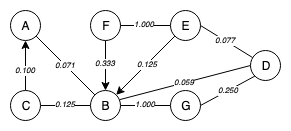
Before: assets/painotettu-verkko-jalkeen.png, a diagram exported from draw.io (jukkapajarinen/TUNIMasterThesis). Source tidied: cells renumbered, new cells last; positions are measured from the earlier drawing's top-left corner, leaving out a move shared by most shapes. The source it was exported from:
```xml
<mxGraphModel>
  <root>
    <mxCell id="0" />
    <mxCell id="1" parent="0" />
    <mxCell id="2" style="rounded=0;jettySize=auto;html=1;endArrow=none;endFill=0;entryX=0;entryY=0;entryDx=0;entryDy=0;" parent="1" edge="1" source="4" target="11">
      <mxGeometry relative="1" as="geometry" />
    </mxCell>
    <mxCell id="3" value="0.071" style="text;html=1;align=center;verticalAlign=middle;labelBackgroundColor=#ffffff;fontStyle=2;fontSize=8;" parent="2" vertex="1">
      <mxGeometry x="0.01" relative="1" as="geometry" />
    </mxCell>
    <mxCell id="4" value="A" style="ellipse;whiteSpace=wrap;html=1;" parent="1" vertex="1">
      <mxGeometry width="30" height="30" as="geometry" />
    </mxCell>
    <mxCell id="5" style="rounded=0;jettySize=auto;html=1;entryX=0;entryY=0.5;entryDx=0;entryDy=0;endArrow=none;endFill=0;exitX=0.963;exitY=0.307;exitDx=0;exitDy=0;exitPerimeter=0;" parent="1" edge="1" source="11" target="14">
      <mxGeometry relative="1" as="geometry" />
    </mxCell>
    <mxCell id="6" value="0.059" style="text;html=1;align=center;verticalAlign=middle;labelBackgroundColor=#ffffff;fontStyle=2;fontSize=8;" parent="5" vertex="1">
      <mxGeometry x="-0.03" relative="1" as="geometry">
        <mxPoint x="1" y="-1" as="offset" />
      </mxGeometry>
    </mxCell>
    <mxCell id="7" style="rounded=0;jettySize=auto;html=1;entryX=0;entryY=0.5;entryDx=0;entryDy=0;endArrow=none;endFill=0;" parent="1" edge="1" source="11" target="17">
      <mxGeometry relative="1" as="geometry" />
    </mxCell>
    <mxCell id="8" value="1.000" style="text;html=1;align=center;verticalAlign=middle;labelBackgroundColor=#ffffff;fontStyle=2;fontSize=8;" parent="7" vertex="1">
      <mxGeometry x="-0.05" relative="1" as="geometry">
        <mxPoint x="1" y="-1" as="offset" />
      </mxGeometry>
    </mxCell>
    <mxCell id="9" style="rounded=0;jettySize=auto;html=1;entryX=1;entryY=0.5;entryDx=0;entryDy=0;endArrow=none;endFill=0;exitX=0;exitY=0.5;exitDx=0;exitDy=0;" parent="1" edge="1" source="11" target="20">
      <mxGeometry relative="1" as="geometry" />
    </mxCell>
    <mxCell id="10" value="0.125" style="text;html=1;align=center;verticalAlign=middle;labelBackgroundColor=#ffffff;fontStyle=2;fontSize=8;" parent="9" vertex="1">
      <mxGeometry x="0.41" relative="1" as="geometry">
        <mxPoint x="10.5" y="-1" as="offset" />
      </mxGeometry>
    </mxCell>
    <mxCell id="11" value="B" style="ellipse;whiteSpace=wrap;html=1;" parent="1" vertex="1">
      <mxGeometry x="80" y="80" width="30" height="30" as="geometry" />
    </mxCell>
    <mxCell id="12" style="rounded=0;jettySize=auto;html=1;entryX=1;entryY=0.5;entryDx=0;entryDy=0;endArrow=none;endFill=0;" parent="1" edge="1" source="14" target="28">
      <mxGeometry relative="1" as="geometry" />
    </mxCell>
    <mxCell id="13" value="0.077" style="text;html=1;align=center;verticalAlign=middle;labelBackgroundColor=#ffffff;fontStyle=2;fontSize=8;" parent="12" vertex="1">
      <mxGeometry x="-0.04" relative="1" as="geometry">
        <mxPoint x="-2" y="-2" as="offset" />
      </mxGeometry>
    </mxCell>
    <mxCell id="14" value="D" style="ellipse;whiteSpace=wrap;html=1;" parent="1" vertex="1">
      <mxGeometry x="240" y="40" width="30" height="30" as="geometry" />
    </mxCell>
    <mxCell id="15" style="rounded=0;jettySize=auto;html=1;entryX=0;entryY=1;entryDx=0;entryDy=0;endArrow=none;endFill=0;exitX=1;exitY=0.5;exitDx=0;exitDy=0;" parent="1" edge="1" source="17" target="14">
      <mxGeometry relative="1" as="geometry" />
    </mxCell>
    <mxCell id="16" value="0.250" style="text;html=1;align=center;verticalAlign=middle;labelBackgroundColor=#ffffff;fontStyle=2;fontSize=8;" parent="15" vertex="1">
      <mxGeometry x="-0.07" relative="1" as="geometry">
        <mxPoint x="2" y="-1" as="offset" />
      </mxGeometry>
    </mxCell>
    <mxCell id="17" value="G" style="ellipse;whiteSpace=wrap;html=1;" parent="1" vertex="1">
      <mxGeometry x="160" y="80" width="30" height="30" as="geometry" />
    </mxCell>
    <mxCell id="18" style="edgeStyle=none;rounded=0;jettySize=auto;html=1;entryX=0.5;entryY=1;entryDx=0;entryDy=0;startArrow=none;startFill=0;endArrow=classic;endFill=1;" parent="1" edge="1" source="20" target="4">
      <mxGeometry relative="1" as="geometry" />
    </mxCell>
    <mxCell id="19" value="0.100" style="text;html=1;align=center;verticalAlign=middle;labelBackgroundColor=#ffffff;fontSize=8;fontStyle=2;" parent="18" vertex="1">
      <mxGeometry x="-0.13" relative="1" as="geometry">
        <mxPoint y="1.5" as="offset" />
      </mxGeometry>
    </mxCell>
    <mxCell id="20" value="C" style="ellipse;whiteSpace=wrap;html=1;" parent="1" vertex="1">
      <mxGeometry y="80" width="30" height="30" as="geometry" />
    </mxCell>
    <mxCell id="21" style="rounded=0;jettySize=auto;html=1;entryX=0.5;entryY=0;entryDx=0;entryDy=0;endArrow=classic;endFill=1;startArrow=none;startFill=0;" parent="1" edge="1" source="23" target="11">
      <mxGeometry relative="1" as="geometry" />
    </mxCell>
    <mxCell id="22" value="0.333" style="text;html=1;align=center;verticalAlign=middle;labelBackgroundColor=#ffffff;fontStyle=2;fontSize=8;" parent="21" vertex="1">
      <mxGeometry x="-0.1" relative="1" as="geometry" />
    </mxCell>
    <mxCell id="23" value="F" style="ellipse;whiteSpace=wrap;html=1;" parent="1" vertex="1">
      <mxGeometry x="80" width="30" height="30" as="geometry" />
    </mxCell>
    <mxCell id="24" style="rounded=0;jettySize=auto;html=1;entryX=1;entryY=0.5;entryDx=0;entryDy=0;endArrow=none;endFill=0;exitX=0;exitY=0.5;exitDx=0;exitDy=0;" parent="1" edge="1" source="28" target="23">
      <mxGeometry relative="1" as="geometry" />
    </mxCell>
    <mxCell id="25" value="1.000" style="text;html=1;align=center;verticalAlign=middle;labelBackgroundColor=#ffffff;fontStyle=2;fontSize=8;" parent="24" vertex="1">
      <mxGeometry y="-1" relative="1" as="geometry">
        <mxPoint x="-1" as="offset" />
      </mxGeometry>
    </mxCell>
    <mxCell id="26" style="rounded=0;jettySize=auto;html=1;entryX=1;entryY=0;entryDx=0;entryDy=0;endArrow=classic;endFill=1;exitX=0;exitY=1;exitDx=0;exitDy=0;" parent="1" edge="1" source="28" target="11">
      <mxGeometry relative="1" as="geometry" />
    </mxCell>
    <mxCell id="27" value="0.125" style="text;html=1;align=center;verticalAlign=middle;labelBackgroundColor=#ffffff;fontStyle=2;fontSize=8;" parent="26" vertex="1">
      <mxGeometry x="-0.05" relative="1" as="geometry" />
    </mxCell>
    <mxCell id="28" value="E" style="ellipse;whiteSpace=wrap;html=1;" parent="1" vertex="1">
      <mxGeometry x="160" width="30" height="30" as="geometry" />
    </mxCell>
  </root>
</mxGraphModel>
```
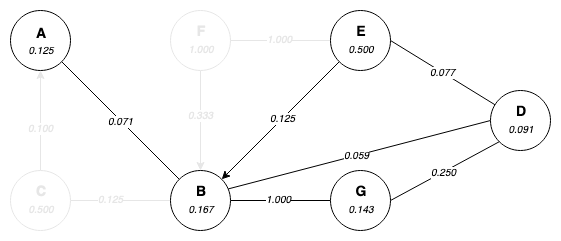
Above is the later version.

Commit message:
Added weighted graph figure after cutting and refined cutting mathematics.

What changed in the source:
```diff
@@ -5,16 +5,16 @@
     <mxCell id="2" style="rounded=0;jettySize=auto;html=1;endArrow=none;endFill=0;entryX=0;entryY=0;entryDx=0;entryDy=0;" parent="1" edge="1" source="4" target="11">
       <mxGeometry relative="1" as="geometry" />
     </mxCell>
-    <mxCell id="3" value="0.071" style="text;html=1;align=center;verticalAlign=middle;labelBackgroundColor=#ffffff;fontStyle=2;fontSize=8;" parent="2" vertex="1">
+    <mxCell id="3" value="&lt;font style=&quot;font-size: 10px&quot;&gt;0.071&lt;/font&gt;" style="text;html=1;align=center;verticalAlign=middle;labelBackgroundColor=#ffffff;fontStyle=2;fontSize=8;" parent="2" vertex="1">
       <mxGeometry x="0.01" relative="1" as="geometry" />
     </mxCell>
-    <mxCell id="4" value="A" style="ellipse;whiteSpace=wrap;html=1;" parent="1" vertex="1">
-      <mxGeometry width="30" height="30" as="geometry" />
+    <mxCell id="4" value="&lt;div&gt;&lt;b style=&quot;font-size: 14px&quot;&gt;A&lt;/b&gt;&lt;/div&gt;&lt;font style=&quot;font-size: 10px&quot;&gt;&lt;i&gt;0.125&lt;/i&gt;&lt;/font&gt;" style="ellipse;whiteSpace=wrap;html=1;" parent="1" vertex="1">
+      <mxGeometry x="10" y="10" width="60" height="60" as="geometry" />
     </mxCell>
     <mxCell id="5" style="rounded=0;jettySize=auto;html=1;entryX=0;entryY=0.5;entryDx=0;entryDy=0;endArrow=none;endFill=0;exitX=0.963;exitY=0.307;exitDx=0;exitDy=0;exitPerimeter=0;" parent="1" edge="1" source="11" target="14">
       <mxGeometry relative="1" as="geometry" />
     </mxCell>
-    <mxCell id="6" value="0.059" style="text;html=1;align=center;verticalAlign=middle;labelBackgroundColor=#ffffff;fontStyle=2;fontSize=8;" parent="5" vertex="1">
+    <mxCell id="6" value="0.059" style="text;html=1;align=center;verticalAlign=middle;labelBackgroundColor=#ffffff;fontStyle=2;fontSize=10;" parent="5" vertex="1">
       <mxGeometry x="-0.03" relative="1" as="geometry">
         <mxPoint x="1" y="-1" as="offset" />
       </mxGeometry>
@@ -22,68 +22,68 @@
     <mxCell id="7" style="rounded=0;jettySize=auto;html=1;entryX=0;entryY=0.5;entryDx=0;entryDy=0;endArrow=none;endFill=0;" parent="1" edge="1" source="11" target="17">
       <mxGeometry relative="1" as="geometry" />
     </mxCell>
-    <mxCell id="8" value="1.000" style="text;html=1;align=center;verticalAlign=middle;labelBackgroundColor=#ffffff;fontStyle=2;fontSize=8;" parent="7" vertex="1">
+    <mxCell id="8" value="1.000" style="text;html=1;align=center;verticalAlign=middle;labelBackgroundColor=#ffffff;fontStyle=2;fontSize=10;" parent="7" vertex="1">
       <mxGeometry x="-0.05" relative="1" as="geometry">
         <mxPoint x="1" y="-1" as="offset" />
       </mxGeometry>
     </mxCell>
-    <mxCell id="9" style="rounded=0;jettySize=auto;html=1;entryX=1;entryY=0.5;entryDx=0;entryDy=0;endArrow=none;endFill=0;exitX=0;exitY=0.5;exitDx=0;exitDy=0;" parent="1" edge="1" source="11" target="20">
+    <mxCell id="9" style="rounded=0;jettySize=auto;html=1;entryX=1;entryY=0.5;entryDx=0;entryDy=0;endArrow=none;endFill=0;exitX=0;exitY=0.5;exitDx=0;exitDy=0;fontColor=#E6E6E6;strokeColor=#E6E6E6;" parent="1" edge="1" source="11" target="20">
       <mxGeometry relative="1" as="geometry" />
     </mxCell>
-    <mxCell id="10" value="0.125" style="text;html=1;align=center;verticalAlign=middle;labelBackgroundColor=#ffffff;fontStyle=2;fontSize=8;" parent="9" vertex="1">
+    <mxCell id="10" value="0.125" style="text;html=1;align=center;verticalAlign=middle;labelBackgroundColor=#ffffff;fontStyle=2;fontSize=10;fontColor=#E6E6E6;" parent="9" vertex="1">
       <mxGeometry x="0.41" relative="1" as="geometry">
         <mxPoint x="10.5" y="-1" as="offset" />
       </mxGeometry>
     </mxCell>
-    <mxCell id="11" value="B" style="ellipse;whiteSpace=wrap;html=1;" parent="1" vertex="1">
-      <mxGeometry x="80" y="80" width="30" height="30" as="geometry" />
+    <mxCell id="11" value="&lt;b style=&quot;font-size: 14px&quot;&gt;B&lt;/b&gt;&lt;br style=&quot;font-size: 14px&quot;&gt;&lt;font style=&quot;font-size: 10px&quot;&gt;&lt;i&gt;0.167&lt;/i&gt;&lt;/font&gt;" style="ellipse;whiteSpace=wrap;html=1;fontSize=14;" parent="1" vertex="1">
+      <mxGeometry x="170" y="170" width="60" height="60" as="geometry" />
     </mxCell>
     <mxCell id="12" style="rounded=0;jettySize=auto;html=1;entryX=1;entryY=0.5;entryDx=0;entryDy=0;endArrow=none;endFill=0;" parent="1" edge="1" source="14" target="28">
       <mxGeometry relative="1" as="geometry" />
     </mxCell>
-    <mxCell id="13" value="0.077" style="text;html=1;align=center;verticalAlign=middle;labelBackgroundColor=#ffffff;fontStyle=2;fontSize=8;" parent="12" vertex="1">
+    <mxCell id="13" value="0.077" style="text;html=1;align=center;verticalAlign=middle;labelBackgroundColor=#ffffff;fontStyle=2;fontSize=10;" parent="12" vertex="1">
       <mxGeometry x="-0.04" relative="1" as="geometry">
         <mxPoint x="-2" y="-2" as="offset" />
       </mxGeometry>
     </mxCell>
-    <mxCell id="14" value="D" style="ellipse;whiteSpace=wrap;html=1;" parent="1" vertex="1">
-      <mxGeometry x="240" y="40" width="30" height="30" as="geometry" />
+    <mxCell id="14" value="&lt;b style=&quot;font-size: 14px&quot;&gt;D&lt;/b&gt;&lt;br style=&quot;font-size: 14px&quot;&gt;&lt;font style=&quot;font-size: 10px&quot;&gt;&lt;i&gt;0.091&lt;/i&gt;&lt;/font&gt;" style="ellipse;whiteSpace=wrap;html=1;fontSize=14;" parent="1" vertex="1">
+      <mxGeometry x="490" y="90" width="60" height="60" as="geometry" />
     </mxCell>
     <mxCell id="15" style="rounded=0;jettySize=auto;html=1;entryX=0;entryY=1;entryDx=0;entryDy=0;endArrow=none;endFill=0;exitX=1;exitY=0.5;exitDx=0;exitDy=0;" parent="1" edge="1" source="17" target="14">
       <mxGeometry relative="1" as="geometry" />
     </mxCell>
-    <mxCell id="16" value="0.250" style="text;html=1;align=center;verticalAlign=middle;labelBackgroundColor=#ffffff;fontStyle=2;fontSize=8;" parent="15" vertex="1">
+    <mxCell id="16" value="0.250" style="text;html=1;align=center;verticalAlign=middle;labelBackgroundColor=#ffffff;fontStyle=2;fontSize=10;" parent="15" vertex="1">
       <mxGeometry x="-0.07" relative="1" as="geometry">
         <mxPoint x="2" y="-1" as="offset" />
       </mxGeometry>
     </mxCell>
-    <mxCell id="17" value="G" style="ellipse;whiteSpace=wrap;html=1;" parent="1" vertex="1">
-      <mxGeometry x="160" y="80" width="30" height="30" as="geometry" />
+    <mxCell id="17" value="&lt;b style=&quot;font-size: 14px&quot;&gt;G&lt;/b&gt;&lt;br style=&quot;font-size: 14px&quot;&gt;&lt;font style=&quot;font-size: 10px&quot;&gt;&lt;i&gt;0.143&lt;/i&gt;&lt;/font&gt;" style="ellipse;whiteSpace=wrap;html=1;fontSize=14;" parent="1" vertex="1">
+      <mxGeometry x="330" y="170" width="60" height="60" as="geometry" />
     </mxCell>
-    <mxCell id="18" style="edgeStyle=none;rounded=0;jettySize=auto;html=1;entryX=0.5;entryY=1;entryDx=0;entryDy=0;startArrow=none;startFill=0;endArrow=classic;endFill=1;" parent="1" edge="1" source="20" target="4">
+    <mxCell id="18" style="edgeStyle=none;rounded=0;jettySize=auto;html=1;entryX=0.5;entryY=1;entryDx=0;entryDy=0;startArrow=none;startFill=0;endArrow=classic;endFill=1;fontColor=#E6E6E6;strokeColor=#E6E6E6;" parent="1" edge="1" source="20" target="4">
       <mxGeometry relative="1" as="geometry" />
     </mxCell>
-    <mxCell id="19" value="0.100" style="text;html=1;align=center;verticalAlign=middle;labelBackgroundColor=#ffffff;fontSize=8;fontStyle=2;" parent="18" vertex="1">
+    <mxCell id="19" value="&lt;font style=&quot;font-size: 10px&quot;&gt;0.100&lt;/font&gt;" style="text;html=1;align=center;verticalAlign=middle;labelBackgroundColor=#ffffff;fontSize=8;fontStyle=2;fontColor=#E6E6E6;" parent="18" vertex="1">
       <mxGeometry x="-0.13" relative="1" as="geometry">
         <mxPoint y="1.5" as="offset" />
       </mxGeometry>
     </mxCell>
-    <mxCell id="20" value="C" style="ellipse;whiteSpace=wrap;html=1;" parent="1" vertex="1">
-      <mxGeometry y="80" width="30" height="30" as="geometry" />
+    <mxCell id="20" value="&lt;b style=&quot;font-size: 14px&quot;&gt;C&lt;/b&gt;&lt;br style=&quot;font-size: 14px&quot;&gt;&lt;font style=&quot;font-size: 10px&quot;&gt;&lt;i&gt;0.500&lt;/i&gt;&lt;/font&gt;" style="ellipse;whiteSpace=wrap;html=1;fontSize=14;strokeColor=#E6E6E6;fontColor=#E6E6E6;" parent="1" vertex="1">
+      <mxGeometry x="10" y="170" width="60" height="60" as="geometry" />
     </mxCell>
-    <mxCell id="21" style="rounded=0;jettySize=auto;html=1;entryX=0.5;entryY=0;entryDx=0;entryDy=0;endArrow=classic;endFill=1;startArrow=none;startFill=0;" parent="1" edge="1" source="23" target="11">
+    <mxCell id="21" style="rounded=0;jettySize=auto;html=1;entryX=0.5;entryY=0;entryDx=0;entryDy=0;endArrow=classic;endFill=1;startArrow=none;startFill=0;fontColor=#E6E6E6;strokeColor=#E6E6E6;" parent="1" edge="1" source="23" target="11">
       <mxGeometry relative="1" as="geometry" />
     </mxCell>
-    <mxCell id="22" value="0.333" style="text;html=1;align=center;verticalAlign=middle;labelBackgroundColor=#ffffff;fontStyle=2;fontSize=8;" parent="21" vertex="1">
+    <mxCell id="22" value="0.333" style="text;html=1;align=center;verticalAlign=middle;labelBackgroundColor=#ffffff;fontStyle=2;fontSize=10;fontColor=#E6E6E6;" parent="21" vertex="1">
       <mxGeometry x="-0.1" relative="1" as="geometry" />
     </mxCell>
-    <mxCell id="23" value="F" style="ellipse;whiteSpace=wrap;html=1;" parent="1" vertex="1">
-      <mxGeometry x="80" width="30" height="30" as="geometry" />
+    <mxCell id="23" value="&lt;b style=&quot;font-size: 14px&quot;&gt;F&lt;/b&gt;&lt;br style=&quot;font-size: 14px&quot;&gt;&lt;font style=&quot;font-size: 10px&quot;&gt;&lt;i&gt;1.000&lt;/i&gt;&lt;/font&gt;&lt;br style=&quot;font-size: 14px&quot;&gt;&lt;font style=&quot;font-size: 14px&quot;&gt;&lt;i style=&quot;font-size: 14px&quot;&gt;&lt;/i&gt;&lt;/font&gt;" style="ellipse;whiteSpace=wrap;html=1;fontSize=14;fontColor=#E6E6E6;strokeColor=#E6E6E6;" parent="1" vertex="1">
+      <mxGeometry x="170" y="10" width="60" height="60" as="geometry" />
     </mxCell>
-    <mxCell id="24" style="rounded=0;jettySize=auto;html=1;entryX=1;entryY=0.5;entryDx=0;entryDy=0;endArrow=none;endFill=0;exitX=0;exitY=0.5;exitDx=0;exitDy=0;" parent="1" edge="1" source="28" target="23">
+    <mxCell id="24" style="rounded=0;jettySize=auto;html=1;entryX=1;entryY=0.5;entryDx=0;entryDy=0;endArrow=none;endFill=0;exitX=0;exitY=0.5;exitDx=0;exitDy=0;fontColor=#E6E6E6;strokeColor=#E6E6E6;" parent="1" edge="1" source="28" target="23">
       <mxGeometry relative="1" as="geometry" />
     </mxCell>
-    <mxCell id="25" value="1.000" style="text;html=1;align=center;verticalAlign=middle;labelBackgroundColor=#ffffff;fontStyle=2;fontSize=8;" parent="24" vertex="1">
+    <mxCell id="25" value="1.000" style="text;html=1;align=center;verticalAlign=middle;labelBackgroundColor=#ffffff;fontStyle=2;fontSize=10;fontColor=#E6E6E6;" parent="24" vertex="1">
       <mxGeometry y="-1" relative="1" as="geometry">
         <mxPoint x="-1" as="offset" />
       </mxGeometry>
@@ -91,11 +91,11 @@
     <mxCell id="26" style="rounded=0;jettySize=auto;html=1;entryX=1;entryY=0;entryDx=0;entryDy=0;endArrow=classic;endFill=1;exitX=0;exitY=1;exitDx=0;exitDy=0;" parent="1" edge="1" source="28" target="11">
       <mxGeometry relative="1" as="geometry" />
     </mxCell>
-    <mxCell id="27" value="0.125" style="text;html=1;align=center;verticalAlign=middle;labelBackgroundColor=#ffffff;fontStyle=2;fontSize=8;" parent="26" vertex="1">
+    <mxCell id="27" value="0.125" style="text;html=1;align=center;verticalAlign=middle;labelBackgroundColor=#ffffff;fontStyle=2;fontSize=10;" parent="26" vertex="1">
       <mxGeometry x="-0.05" relative="1" as="geometry" />
     </mxCell>
-    <mxCell id="28" value="E" style="ellipse;whiteSpace=wrap;html=1;" parent="1" vertex="1">
-      <mxGeometry x="160" width="30" height="30" as="geometry" />
+    <mxCell id="28" value="&lt;b style=&quot;font-size: 14px&quot;&gt;E&lt;/b&gt;&lt;br style=&quot;font-size: 14px&quot;&gt;&lt;font style=&quot;font-size: 10px&quot;&gt;&lt;i&gt;0.500&lt;/i&gt;&lt;/font&gt;" style="ellipse;whiteSpace=wrap;html=1;fontSize=14;" parent="1" vertex="1">
+      <mxGeometry x="330" y="10" width="60" height="60" as="geometry" />
     </mxCell>
   </root>
 </mxGraphModel>
```
